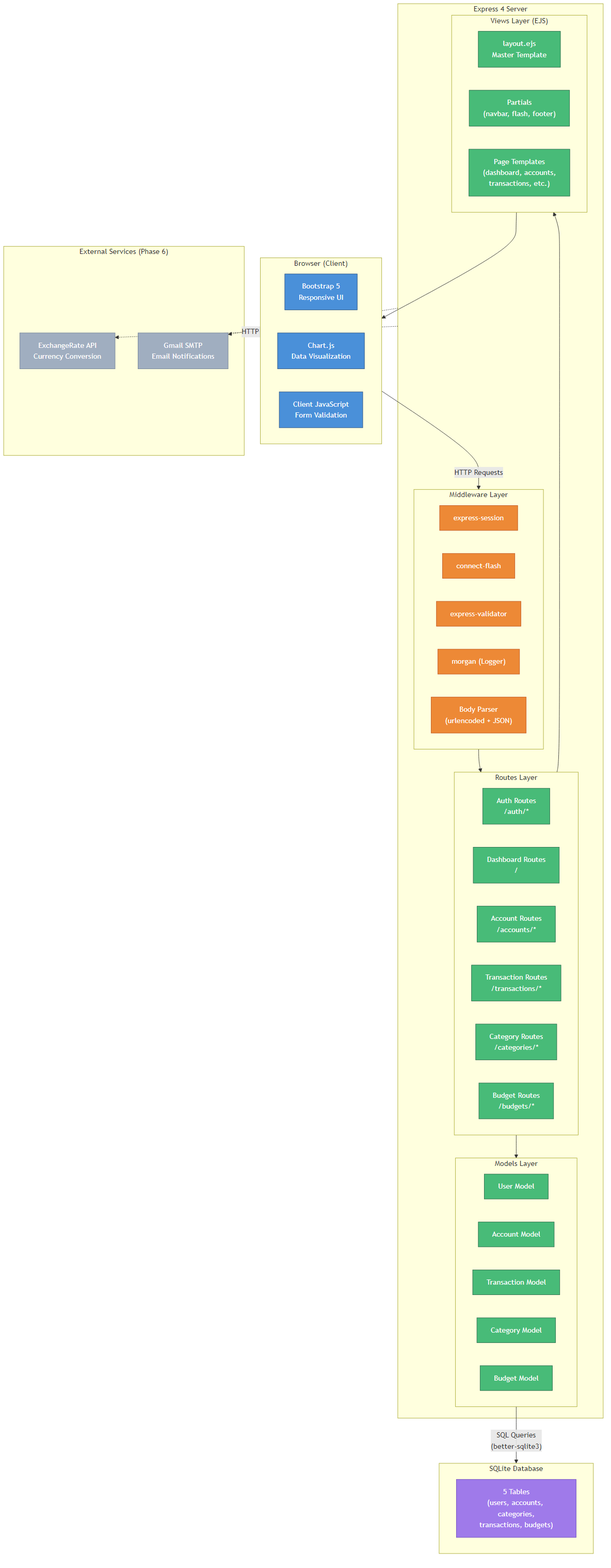
Above: diagrams/component-diagram.png in d3Par1/Coursework_Web (Mermaid), before the change. Its source is kept beside it as diagrams/component-diagram.mmd.
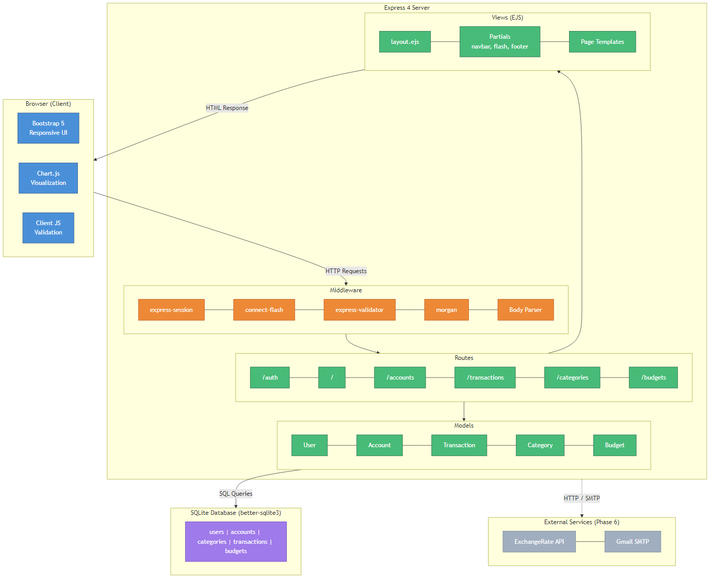
After the change.

Commit message:
docs(CW/1-4): add ЗАВДАННЯ, АНОТАЦІЯ, fix diagram layout and title page

Change to the diagram source:
```diff
@@ -1,69 +1,72 @@
-graph TB
-    subgraph Browser["Browser (Client)"]
-        BS5["Bootstrap 5<br/>Responsive UI"]
-        CJS["Chart.js<br/>Data Visualization"]
-        ClientJS["Client JavaScript<br/>Form Validation"]
+graph TD
+    subgraph Client["Browser (Client)"]
+        direction LR
+        BS5["Bootstrap 5\nResponsive UI"]
+        CJS["Chart.js\nVisualization"]
+        ClientJS["Client JS\nValidation"]
     end
 
     subgraph Server["Express 4 Server"]
-        subgraph Middleware["Middleware Layer"]
-            Session["express-session"]
-            Flash["connect-flash"]
-            Validator["express-validator"]
-            Morgan["morgan (Logger)"]
-            BodyParser["Body Parser<br/>(urlencoded + JSON)"]
+        direction LR
+        subgraph MW["Middleware"]
+            direction LR
+            Session["express-session"] --- Flash["connect-flash"]
+            Flash --- Valid["express-validator"]
+            Valid --- Morgan["morgan"]
+            Morgan --- BP["Body Parser"]
         end
 
-        subgraph Routes["Routes Layer"]
-            AuthR["Auth Routes<br/>/auth/*"]
-            DashR["Dashboard Routes<br/>/"]
-            AccR["Account Routes<br/>/accounts/*"]
-            TxnR["Transaction Routes<br/>/transactions/*"]
-            CatR["Category Routes<br/>/categories/*"]
-            BudR["Budget Routes<br/>/budgets/*"]
+        subgraph RT["Routes"]
+            direction LR
+            AuthR["/auth"] --- DashR["/"]
+            DashR --- AccR["/accounts"]
+            AccR --- TxnR["/transactions"]
+            TxnR --- CatR["/categories"]
+            CatR --- BudR["/budgets"]
         end
 
-        subgraph Models["Models Layer"]
-            UserM["User Model"]
-            AccM["Account Model"]
-            TxnM["Transaction Model"]
-            CatM["Category Model"]
-            BudM["Budget Model"]
+        subgraph VW["Views (EJS)"]
+            direction LR
+            Layout["layout.ejs"] --- Parts["Partials\nnavbar, flash, footer"]
+            Parts --- Pages["Page Templates"]
         end
 
-        subgraph Views["Views Layer (EJS)"]
-            Layout["layout.ejs<br/>Master Template"]
-            Partials["Partials<br/>(navbar, flash, footer)"]
-            Pages["Page Templates<br/>(dashboard, accounts,<br/>transactions, etc.)"]
+        subgraph MD["Models"]
+            direction LR
+            UserM["User"] --- AccM["Account"]
+            AccM --- TxnM["Transaction"]
+            TxnM --- CatM["Category"]
+            CatM --- BudM["Budget"]
         end
     end
 
-    subgraph DB["SQLite Database"]
-        Schema["5 Tables<br/>(users, accounts, categories,<br/>transactions, budgets)"]
+    subgraph DB["SQLite Database (better-sqlite3)"]
+        Tables["users | accounts | categories | transactions | budgets"]
     end
 
-    subgraph External["External Services (Phase 6)"]
-        ExRate["ExchangeRate API<br/>Currency Conversion"]
-        Gmail["Gmail SMTP<br/>Email Notifications"]
+    subgraph Ext["External Services (Phase 6)"]
+        direction LR
+        ExRate["ExchangeRate API"] --- Gmail["Gmail SMTP"]
     end
 
-    Browser -->|"HTTP Requests"| Middleware
-    Middleware --> Routes
-    Routes --> Models
-    Routes --> Views
-    Models -->|"SQL Queries<br/>(better-sqlite3)"| DB
-    Views --> Browser
-    Server -.->|"HTTP API"| ExRate
-    Server -.->|"SMTP"| Gmail
+    Client -->|"HTTP Requests"| MW
+    MW --> RT
+    RT --> VW
+    RT --> MD
+    VW -->|"HTML Response"| Client
+    MD -->|"SQL Queries"| DB
+    Server -.->|"HTTP / SMTP"| Ext
 
     classDef client fill:#4a90d9,stroke:#2c5282,color:#fff
     classDef server fill:#48bb78,stroke:#276749,color:#fff
-    classDef middleware fill:#ed8936,stroke:#c05621,color:#fff
+    classDef mw fill:#ed8936,stroke:#c05621,color:#fff
     classDef db fill:#9f7aea,stroke:#6b46c1,color:#fff
-    classDef external fill:#a0aec0,stroke:#718096,color:#fff
+    classDef ext fill:#a0aec0,stroke:#718096,color:#fff
 
     class BS5,CJS,ClientJS client
-    class AuthR,DashR,AccR,TxnR,CatR,BudR,UserM,AccM,TxnM,CatM,BudM,Layout,Partials,Pages server
-    class Session,Flash,Validator,Morgan,BodyParser middleware
-    class Schema db
-    class ExRate,Gmail external
+    class AuthR,DashR,AccR,TxnR,CatR,BudR server
+    class UserM,AccM,TxnM,CatM,BudM server
+    class Layout,Parts,Pages server
+    class Session,Flash,Valid,Morgan,BP mw
+    class Tables db
+    class ExRate,Gmail ext
```
